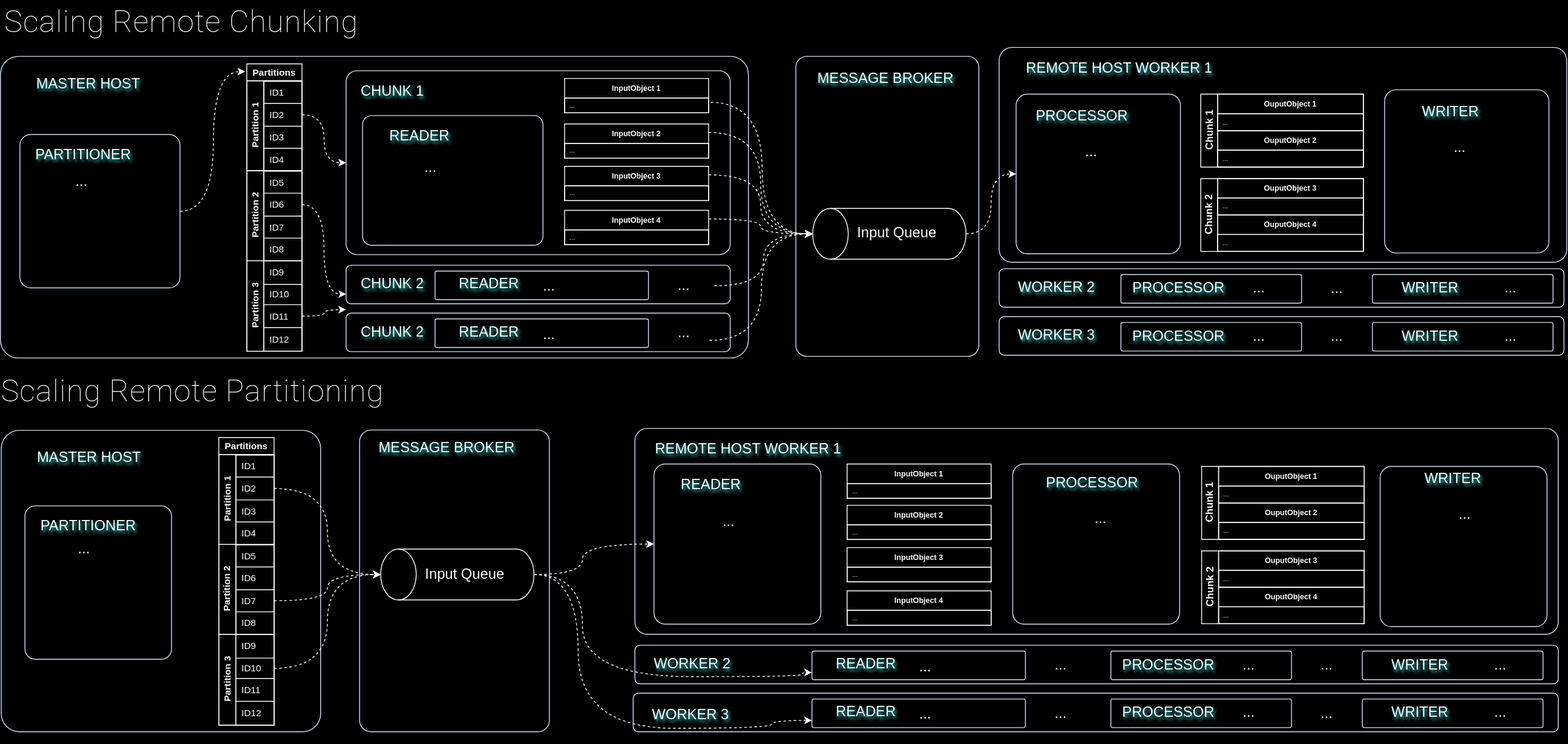
Above: public/images/spring-batch-scaling.drawio.svg in gsaukov/spring-batch-demo (draw.io), before the change. Source tidied: cells renumbered, new cells last; positions are measured from the earlier drawing's top-left corner, leaving out a move shared by most shapes.
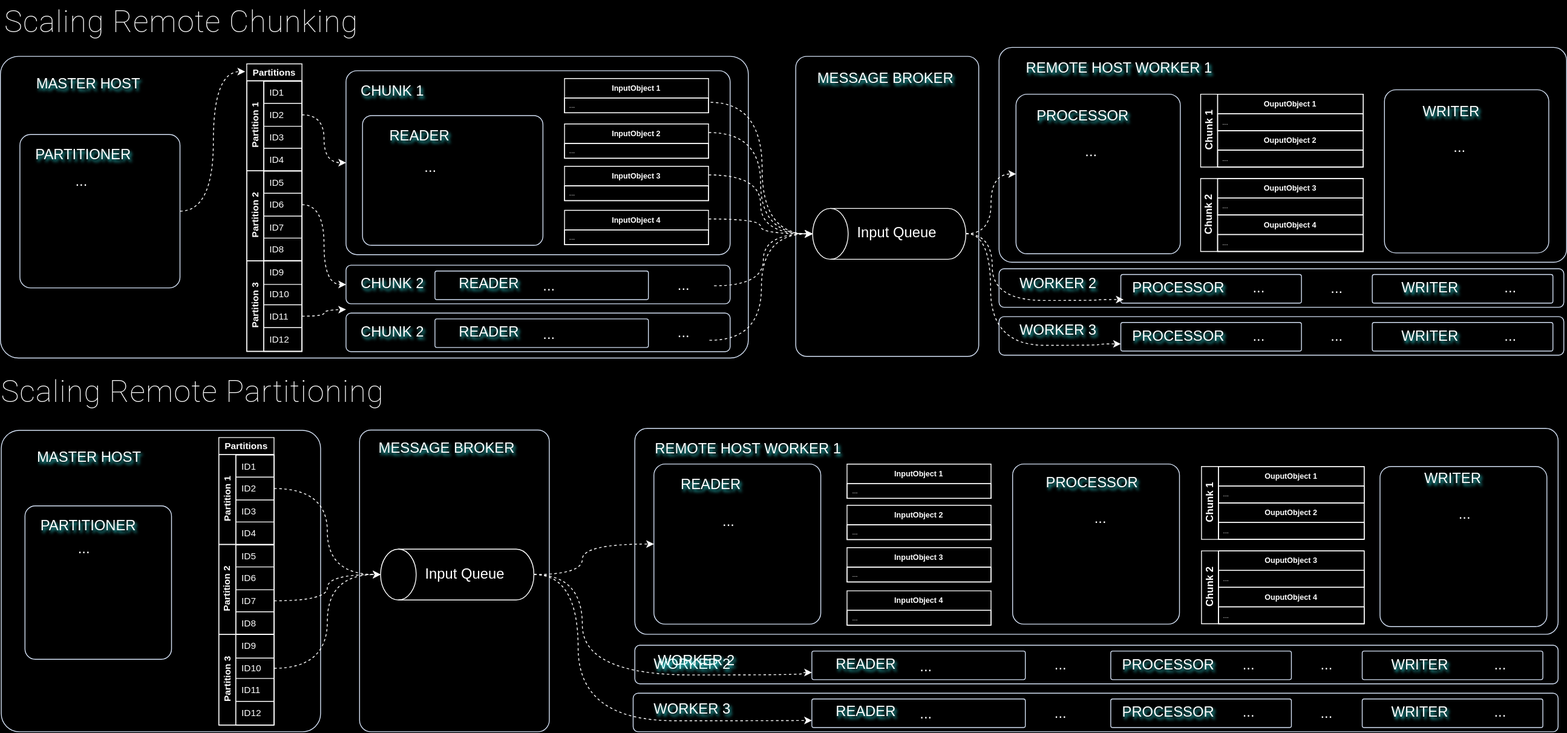
Later version of the same file.

The edit, as a diff of the source:
```diff
@@ -349,7 +349,7 @@
     <mxCell id="112" style="edgeStyle=orthogonalEdgeStyle;rounded=0;jettySize=auto;html=1;entryX=0;entryY=0.5;entryDx=0;entryDy=0;strokeColor=#FFFFFF;curved=1;exitX=1;exitY=0.5;exitDx=0;exitDy=0;dashed=1;" parent="79" edge="1" source="97" target="4">
       <mxGeometry relative="1" as="geometry" />
     </mxCell>
-    <mxCell id="113" style="edgeStyle=orthogonalEdgeStyle;rounded=0;jettySize=auto;html=1;entryX=0;entryY=0.75;entryDx=0;entryDy=0;strokeColor=#FFFFFF;curved=1;exitX=1;exitY=0.5;exitDx=0;exitDy=0;dashed=1;" parent="79" edge="1" source="105" target="23">
+    <mxCell id="113" style="edgeStyle=orthogonalEdgeStyle;rounded=0;jettySize=auto;html=1;entryX=0;entryY=0.5;entryDx=0;entryDy=0;strokeColor=#FFFFFF;curved=1;exitX=1;exitY=0.5;exitDx=0;exitDy=0;dashed=1;" parent="79" edge="1" source="105" target="23">
       <mxGeometry relative="1" as="geometry" />
     </mxCell>
     <mxCell id="114" style="rounded=1;whiteSpace=wrap;html=1;shadow=0;arcSize=13;fillColor=none;glass=0;perimeterSpacing=0;labelBorderColor=none;shadowOffsetX=2;shadowOpacity=80;shadowColor=#33FFFF;strokeColor=#D4E1F5;strokeWidth=1;shadowBlur=1;" parent="1" vertex="1">
@@ -379,7 +379,7 @@
       <mxGeometry x="1179" y="373.1" width="666.8" height="45.5" as="geometry" />
     </mxCell>
     <mxCell id="122" value="WORKER 3" style="text;html=1;strokeColor=none;fillColor=none;align=center;verticalAlign=middle;whiteSpace=wrap;rounded=0;shadow=1;sketch=0;shadowColor=#33FFFF;textShadow=1;fontColor=#FFFFFF;shadowOpacity=80;fontSize=17;" parent="1" vertex="1">
-      <mxGeometry x="1179" y="373.1" width="135.8" height="45.5" as="geometry" />
+      <mxGeometry x="1181" y="367.1" width="135.8" height="45.5" as="geometry" />
     </mxCell>
     <mxCell id="123" style="rounded=1;whiteSpace=wrap;html=1;shadow=0;arcSize=7;fillColor=none;glass=0;perimeterSpacing=0;labelBorderColor=none;shadowOffsetX=2;shadowOpacity=80;shadowColor=#33FFFF;strokeColor=#D4E1F5;strokeWidth=1;shadowBlur=1;shadowOffsetY=2;" parent="1" vertex="1">
       <mxGeometry x="1322.8" y="380" width="213.2" height="33.8" as="geometry" />
@@ -406,7 +406,7 @@
       <mxGeometry x="1179" y="316.6" width="666.8" height="45.5" as="geometry" />
     </mxCell>
     <mxCell id="131" value="WORKER 2" style="text;html=1;strokeColor=none;fillColor=none;align=center;verticalAlign=middle;whiteSpace=wrap;rounded=0;shadow=1;sketch=0;shadowColor=#33FFFF;textShadow=1;fontColor=#FFFFFF;shadowOpacity=80;fontSize=17;" parent="1" vertex="1">
-      <mxGeometry x="1179" y="316.6" width="135.8" height="45.5" as="geometry" />
+      <mxGeometry x="1181" y="312.6" width="135.8" height="45.5" as="geometry" />
     </mxCell>
     <mxCell id="132" style="rounded=1;whiteSpace=wrap;html=1;shadow=0;arcSize=7;fillColor=none;glass=0;perimeterSpacing=0;labelBorderColor=none;shadowOffsetX=2;shadowOpacity=80;shadowColor=#33FFFF;strokeColor=#D4E1F5;strokeWidth=1;shadowBlur=1;shadowOffsetY=2;" parent="1" vertex="1">
       <mxGeometry x="1322.8" y="323.5" width="213.2" height="33.8" as="geometry" />
@@ -598,7 +598,7 @@
       <mxGeometry x="747" y="817.5" width="1092" height="45.5" as="geometry" />
     </mxCell>
     <mxCell id="194" value="WORKER 3" style="text;html=1;strokeColor=none;fillColor=none;align=center;verticalAlign=middle;whiteSpace=wrap;rounded=0;shadow=1;sketch=0;shadowColor=#33FFFF;textShadow=1;fontColor=#FFFFFF;shadowOpacity=80;fontSize=17;" parent="1" vertex="1">
-      <mxGeometry x="747.1" y="817.5" width="135.8" height="52.5" as="geometry" />
+      <mxGeometry x="749.1" y="817.5" width="135.8" height="38" as="geometry" />
     </mxCell>
     <mxCell id="195" style="rounded=1;whiteSpace=wrap;html=1;shadow=0;arcSize=7;fillColor=none;glass=0;perimeterSpacing=0;labelBorderColor=none;shadowOffsetX=2;shadowOpacity=80;shadowColor=#33FFFF;strokeColor=#D4E1F5;strokeWidth=1;shadowBlur=1;shadowOffsetY=2;" parent="1" vertex="1">
       <mxGeometry x="1310.9" y="824.4" width="213.2" height="33.8" as="geometry" />
@@ -624,12 +624,12 @@
     <mxCell id="202" style="rounded=1;whiteSpace=wrap;html=1;shadow=0;arcSize=13;fillColor=none;glass=0;perimeterSpacing=0;labelBorderColor=none;shadowOffsetX=2;shadowOpacity=80;shadowColor=#33FFFF;strokeColor=#D4E1F5;strokeWidth=1;shadowBlur=1;" parent="1" vertex="1">
       <mxGeometry x="749" y="761" width="1090" height="45.5" as="geometry" />
     </mxCell>
+    <mxCell id="204" style="rounded=1;whiteSpace=wrap;html=1;shadow=0;arcSize=7;fillColor=none;glass=0;perimeterSpacing=0;labelBorderColor=none;shadowOffsetX=2;shadowOpacity=80;shadowColor=#33FFFF;strokeColor=#D4E1F5;strokeWidth=1;shadowBlur=1;shadowOffsetY=2;" parent="1" vertex="1">
+      <mxGeometry x="1310.9" y="767.8" width="213.2" height="33.8" as="geometry" />
+    </mxCell>
     <mxCell id="203" value="WORKER 2" style="text;html=1;strokeColor=none;fillColor=none;align=center;verticalAlign=middle;whiteSpace=wrap;rounded=0;shadow=1;sketch=0;shadowColor=#33FFFF;textShadow=1;fontColor=#FFFFFF;shadowOpacity=80;fontSize=17;" parent="1" vertex="1">
       <mxGeometry x="749.1" y="761" width="135.8" height="45.5" as="geometry" />
     </mxCell>
-    <mxCell id="204" style="rounded=1;whiteSpace=wrap;html=1;shadow=0;arcSize=7;fillColor=none;glass=0;perimeterSpacing=0;labelBorderColor=none;shadowOffsetX=2;shadowOpacity=80;shadowColor=#33FFFF;strokeColor=#D4E1F5;strokeWidth=1;shadowBlur=1;shadowOffsetY=2;" parent="1" vertex="1">
-      <mxGeometry x="1310.9" y="767.8" width="213.2" height="33.8" as="geometry" />
-    </mxCell>
     <mxCell id="205" value="..." style="text;html=1;strokeColor=none;fillColor=none;align=center;verticalAlign=middle;whiteSpace=wrap;rounded=0;shadow=0;sketch=0;shadowColor=#33FFFF;textShadow=0;fontColor=#FFFFFF;shadowOpacity=80;fontSize=17;" parent="1" vertex="1">
       <mxGeometry x="1424.9" y="769" width="98" height="31.5" as="geometry" />
     </mxCell>
@@ -685,8 +685,8 @@
       <mxGeometry relative="1" as="geometry">
         <Array as="points">
           <mxPoint x="687" y="678" />
-          <mxPoint x="687" y="798" />
-          <mxPoint x="946" y="798" />
+          <mxPoint x="687" y="796" />
+          <mxPoint x="946" y="796" />
           <mxPoint x="946" y="793" />
         </Array>
       </mxGeometry>
@@ -695,11 +695,35 @@
       <mxGeometry relative="1" as="geometry">
         <Array as="points">
           <mxPoint x="682" y="678" />
-          <mxPoint x="682" y="859" />
-          <mxPoint x="910" y="859" />
+          <mxPoint x="682" y="850" />
           <mxPoint x="910" y="850" />
         </Array>
       </mxGeometry>
     </mxCell>
+    <mxCell id="224" style="edgeStyle=orthogonalEdgeStyle;rounded=0;jettySize=auto;html=1;strokeColor=#FFFFFF;curved=1;exitX=0.5;exitY=1;exitDx=0;exitDy=0;dashed=1;exitPerimeter=0;" parent="1" edge="1" source="44">
+      <mxGeometry relative="1" as="geometry">
+        <mxPoint x="1326" y="353" as="targetPoint" />
+        <Array as="points">
+          <mxPoint x="1171" y="276" />
+          <mxPoint x="1171" y="354" />
+          <mxPoint x="1294" y="354" />
+          <mxPoint x="1294" y="353" />
+        </Array>
+      </mxGeometry>
+    </mxCell>
+    <mxCell id="225" style="edgeStyle=orthogonalEdgeStyle;rounded=0;jettySize=auto;html=1;entryX=0;entryY=0.75;entryDx=0;entryDy=0;strokeColor=#FFFFFF;curved=1;dashed=1;" parent="1" edge="1" target="123">
+      <mxGeometry relative="1" as="geometry">
+        <mxPoint x="1140" y="275" as="sourcePoint" />
+        <Array as="points">
+          <mxPoint x="1169" y="275" />
+          <mxPoint x="1169" y="407" />
+          <mxPoint x="1297" y="407" />
+          <mxPoint x="1297" y="405" />
+        </Array>
+      </mxGeometry>
+    </mxCell>
+    <mxCell id="226" value="WORKER 2" style="text;html=1;strokeColor=none;fillColor=none;align=center;verticalAlign=middle;whiteSpace=wrap;rounded=0;shadow=1;sketch=0;shadowColor=#33FFFF;textShadow=1;fontColor=#FFFFFF;shadowOpacity=80;fontSize=17;" parent="1" vertex="1">
+      <mxGeometry x="754" y="761" width="135.8" height="38" as="geometry" />
+    </mxCell>
   </root>
 </mxGraphModel>
```
